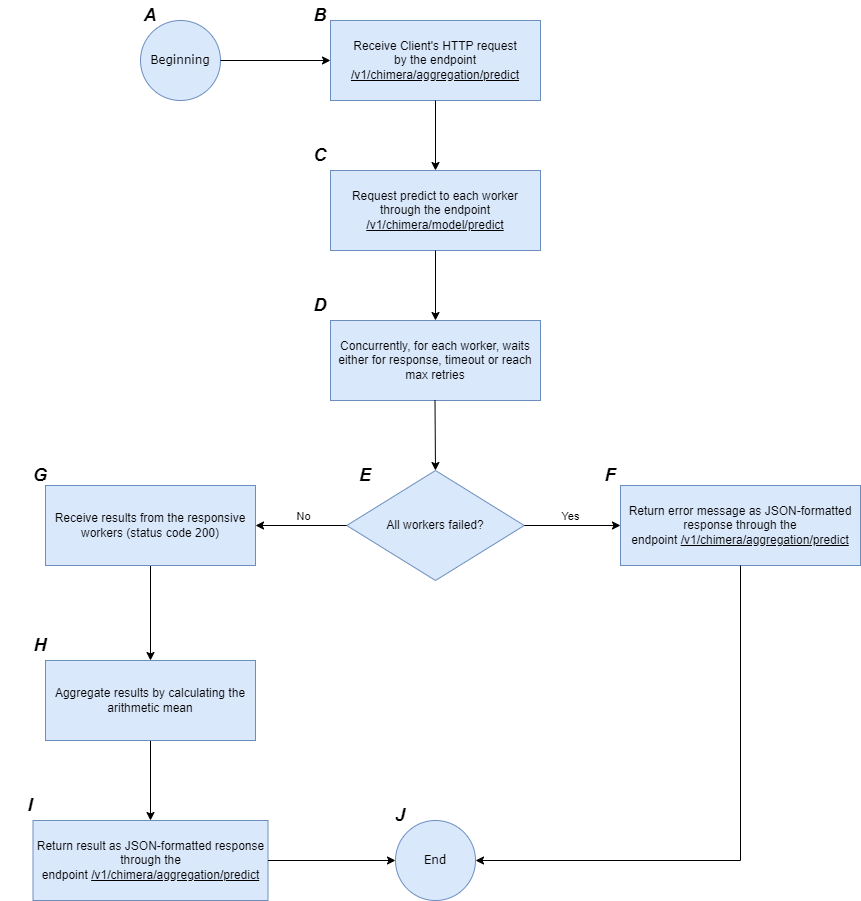
This is images/master/aggregation_master_predict_state_machine_flowchart.png from Samirnunes/chimera, a draw.io export, as it was before one commit. Source tidied: cells renumbered, new cells last; positions are measured from the earlier drawing's top-left corner, leaving out a move shared by most shapes.
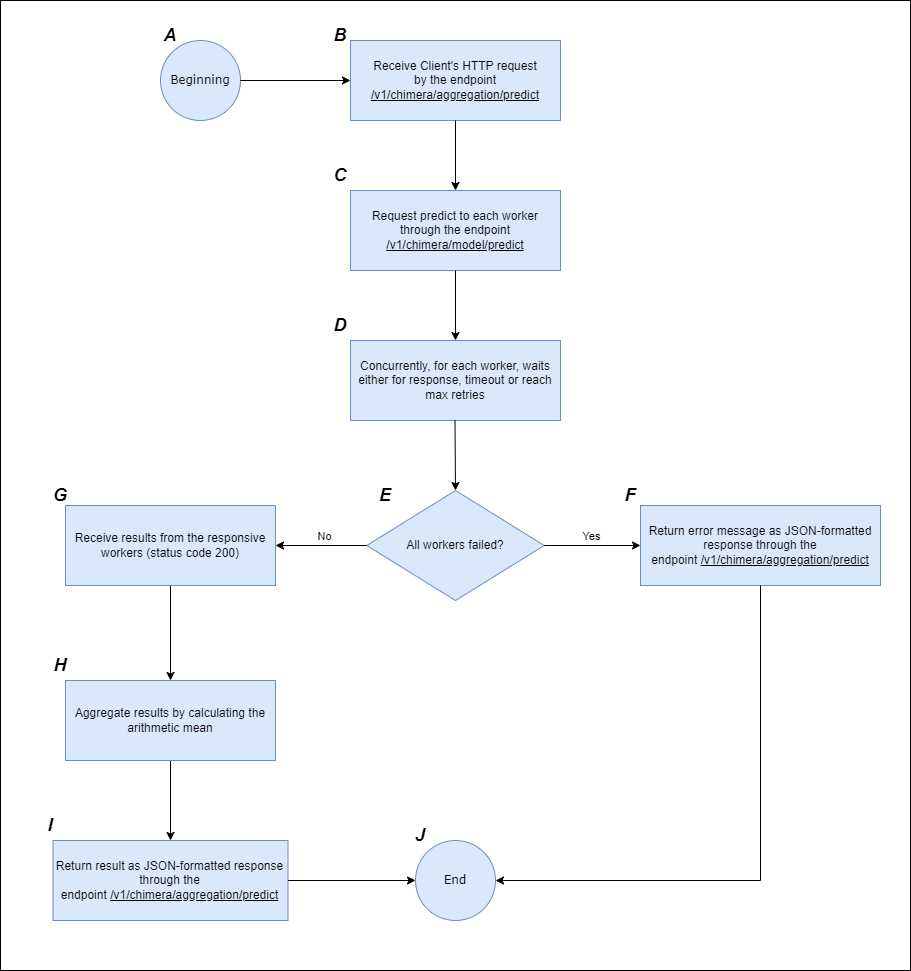
Above is the later version.

Diff of the diagram source:
```diff
@@ -2,6 +2,9 @@
   <root>
     <mxCell id="0" />
     <mxCell id="1" parent="0" />
+    <mxCell id="34" style="rounded=0;whiteSpace=wrap;html=1;" parent="1" vertex="1">
+      <mxGeometry x="-20" y="-20" width="910" height="970" as="geometry" />
+    </mxCell>
     <mxCell id="2" value="&lt;font face=&quot;Verdana&quot;&gt;Beginning&lt;/font&gt;" style="ellipse;whiteSpace=wrap;html=1;fillColor=#dae8fc;strokeColor=#6c8ebf;" parent="1" vertex="1">
       <mxGeometry x="140" y="20" width="80" height="80" as="geometry" />
     </mxCell>
```
